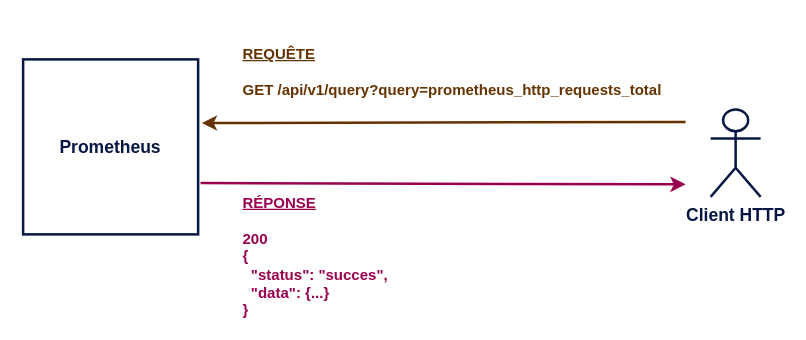
The draw.io diagram page "Page-13" (10 of 23) of prometheus.drawio in oliv37/prometheus-article, before the edit. Source tidied: cells renumbered, new cells numbered last; positions are measured from the earlier drawing's top-left corner, leaving out a move shared by most shapes. Both pictures are drawn from the tidied source at 125%, with x=0, y=0 at pixel (22, 21).
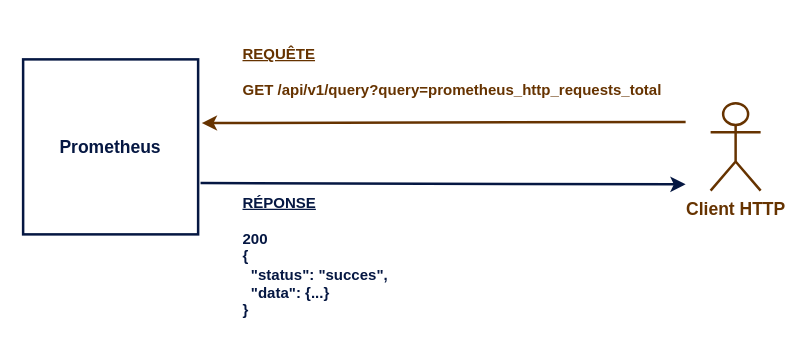
After the change.

Diff of the diagram source:
```diff
@@
 <mxGraphModel>
   <root>
     <mxCell id="0" />
     <mxCell id="1" parent="0" />
-    <mxCell id="2" value="&lt;b style=&quot;font-size: 14px;&quot;&gt;&lt;font style=&quot;font-size: 14px;&quot; color=&quot;#051742&quot;&gt;Prometheus&lt;/font&gt;&lt;/b&gt;" style="whiteSpace=wrap;html=1;strokeColor=#051742;strokeWidth=2;fontSize=14;" parent="1" vertex="1">
+    <mxCell id="2" value="&lt;b style=&quot;font-size: 14px;&quot;&gt;&lt;font style=&quot;font-size: 14px;&quot;&gt;Prometheus&lt;/font&gt;&lt;/b&gt;" style="whiteSpace=wrap;html=1;strokeColor=#051742;strokeWidth=2;fontSize=14;fontColor=#051742;" parent="1" vertex="1">
       <mxGeometry y="30" width="140" height="140" as="geometry" />
     </mxCell>
-    <mxCell id="3" value="&lt;b style=&quot;font-size: 14px;&quot;&gt;&lt;font style=&quot;font-size: 14px;&quot; color=&quot;#051742&quot;&gt;Client HTTP&lt;/font&gt;&lt;/b&gt;" style="shape=umlActor;verticalLabelPosition=bottom;verticalAlign=top;html=1;strokeColor=#051742;strokeWidth=2;fontSize=14;" parent="1" vertex="1">
-      <mxGeometry x="550" y="70" width="40" height="70" as="geometry" />
+    <mxCell id="3" value="&lt;b style=&quot;font-size: 14px;&quot;&gt;&lt;font style=&quot;font-size: 14px;&quot;&gt;Client HTTP&lt;/font&gt;&lt;/b&gt;" style="shape=umlActor;verticalLabelPosition=bottom;verticalAlign=top;html=1;strokeColor=#663300;strokeWidth=2;fontSize=14;fontColor=#663300;" parent="1" vertex="1">
+      <mxGeometry x="550" y="65" width="40" height="70" as="geometry" />
     </mxCell>
     <mxCell id="4" style="endArrow=classic;html=1;rounded=0;strokeColor=#663300;strokeWidth=2;entryX=1.021;entryY=0.364;entryDx=0;entryDy=0;entryPerimeter=0;exitX=1;exitY=1;exitDx=0;exitDy=0;" parent="1" edge="1" source="6" target="2">
       <mxGeometry relative="1" as="geometry" />
     </mxCell>
-    <mxCell id="5" style="endArrow=classic;html=1;rounded=0;exitX=1.014;exitY=0.707;exitDx=0;exitDy=0;exitPerimeter=0;strokeColor=#99004D;strokeWidth=2;" parent="1" edge="1" source="2">
+    <mxCell id="5" style="endArrow=classic;html=1;rounded=0;exitX=1.014;exitY=0.707;exitDx=0;exitDy=0;exitPerimeter=0;strokeColor=#051742;strokeWidth=2;fontColor=#051742;" parent="1" edge="1" source="2">
       <mxGeometry relative="1" as="geometry">
         <mxPoint x="530" y="130" as="targetPoint" />
       </mxGeometry>
     </mxCell>
     <mxCell id="6" value="&lt;div align=&quot;left&quot;&gt;&lt;font color=&quot;#663300&quot;&gt;&lt;b&gt;&lt;u&gt;REQUÊTE&lt;/u&gt;&lt;br&gt;&lt;br&gt;&lt;/b&gt;&lt;/font&gt;&lt;/div&gt;&lt;div align=&quot;left&quot;&gt;&lt;font color=&quot;#663300&quot;&gt;&lt;b&gt;GET /api/v1/query?query=prometheus_http_requests_total&lt;br&gt;&lt;/b&gt;&lt;/font&gt;&lt;/div&gt;" style="text;strokeColor=none;align=left;fillColor=none;html=1;verticalAlign=middle;whiteSpace=wrap;rounded=0;" parent="1" vertex="1">
       <mxGeometry x="174" width="356" height="80" as="geometry" />
     </mxCell>
-    <mxCell id="7" value="&lt;div align=&quot;left&quot;&gt;&lt;font&gt;&lt;b&gt;&lt;u&gt;RÉPONSE&lt;/u&gt;&lt;br&gt;&lt;/b&gt;&lt;/font&gt;&lt;/div&gt;&lt;div align=&quot;left&quot;&gt;&lt;font&gt;&lt;b&gt;&lt;br&gt;&lt;/b&gt;&lt;/font&gt;&lt;/div&gt;&lt;div align=&quot;left&quot;&gt;&lt;font&gt;&lt;b&gt;200&lt;br&gt;&lt;/b&gt;&lt;/font&gt;&lt;/div&gt;&lt;div align=&quot;left&quot;&gt;&lt;font&gt;&lt;b&gt;{&lt;/b&gt;&lt;/font&gt;&lt;/div&gt;&lt;div align=&quot;left&quot;&gt;&lt;font&gt;&lt;b&gt;&amp;nbsp; &quot;status&quot;: &quot;succes&quot;,&lt;/b&gt;&lt;/font&gt;&lt;/div&gt;&lt;div align=&quot;left&quot;&gt;&lt;font&gt;&lt;b&gt;&amp;nbsp; &quot;data&quot;: {...}&lt;/b&gt;&lt;/font&gt;&lt;/div&gt;&lt;div align=&quot;left&quot;&gt;&lt;font&gt;&lt;b&gt;}&lt;br&gt;&lt;/b&gt;&lt;/font&gt;&lt;/div&gt;" style="text;strokeColor=none;align=left;fillColor=none;html=1;verticalAlign=middle;whiteSpace=wrap;rounded=0;fontColor=#99004D;" parent="1" vertex="1">
+    <mxCell id="7" value="&lt;div align=&quot;left&quot;&gt;&lt;font&gt;&lt;b&gt;&lt;u&gt;RÉPONSE&lt;/u&gt;&lt;br&gt;&lt;/b&gt;&lt;/font&gt;&lt;/div&gt;&lt;div align=&quot;left&quot;&gt;&lt;font&gt;&lt;b&gt;&lt;br&gt;&lt;/b&gt;&lt;/font&gt;&lt;/div&gt;&lt;div align=&quot;left&quot;&gt;&lt;font&gt;&lt;b&gt;200&lt;br&gt;&lt;/b&gt;&lt;/font&gt;&lt;/div&gt;&lt;div align=&quot;left&quot;&gt;&lt;font&gt;&lt;b&gt;{&lt;/b&gt;&lt;/font&gt;&lt;/div&gt;&lt;div align=&quot;left&quot;&gt;&lt;font&gt;&lt;b&gt;&amp;nbsp; &quot;status&quot;: &quot;succes&quot;,&lt;/b&gt;&lt;/font&gt;&lt;/div&gt;&lt;div align=&quot;left&quot;&gt;&lt;font&gt;&lt;b&gt;&amp;nbsp; &quot;data&quot;: {...}&lt;/b&gt;&lt;/font&gt;&lt;/div&gt;&lt;div align=&quot;left&quot;&gt;&lt;font&gt;&lt;b&gt;}&lt;br&gt;&lt;/b&gt;&lt;/font&gt;&lt;/div&gt;" style="text;strokeColor=none;align=left;fillColor=none;html=1;verticalAlign=middle;whiteSpace=wrap;rounded=0;fontColor=#051742;" parent="1" vertex="1">
       <mxGeometry x="174" y="140" width="280" height="95" as="geometry" />
     </mxCell>
   </root>
 </mxGraphModel>
```
